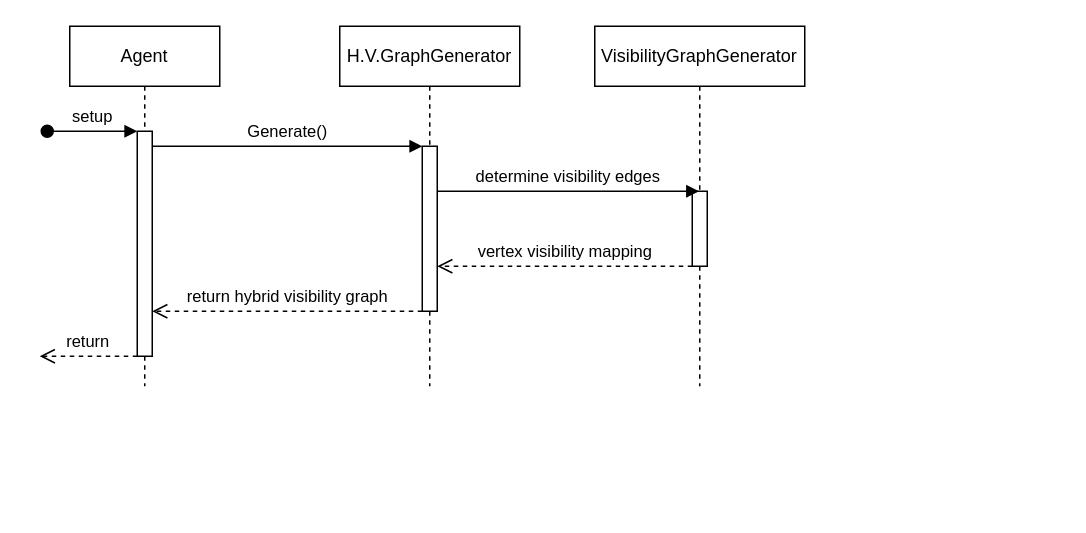
This is doc/components-sequence-generation.drawio from hauke96/master-thesis, a draw.io file, before an edit. Source tidied: cells renumbered, new cells numbered last; positions are measured from the earlier drawing's top-left corner, leaving out a move shared by most shapes. Both pictures are drawn from the tidied source at 150%, with x=0, y=0 at pixel (39, 26).
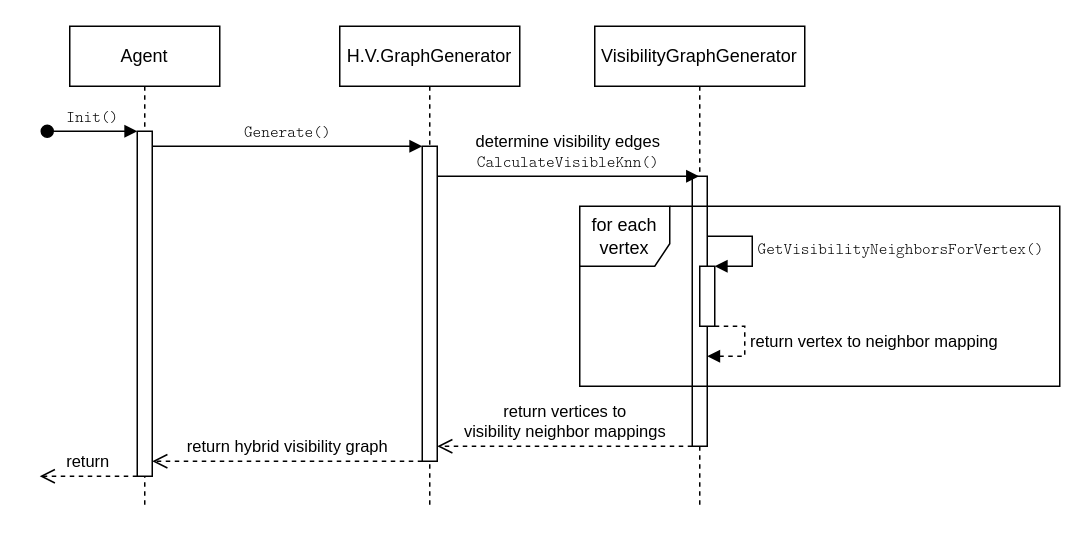
After the change.

Commit message (it also covers changes not shown here):
Update sequence diagrams

Diff of the diagram source:
```diff
@@
-    <mxCell id="2" value="Agent" style="shape=umlLifeline;perimeter=lifelinePerimeter;whiteSpace=wrap;html=1;newEdgeStyle={&quot;edgeStyle&quot;:&quot;elbowEdgeStyle&quot;,&quot;elbow&quot;:&quot;vertical&quot;,&quot;curved&quot;:0,&quot;rounded&quot;:0};fontFamily=Linux Libertine;" parent="1" vertex="1">
-      <mxGeometry x="20" width="100" height="240" as="geometry" />
+    <mxCell id="2" value="Agent" style="shape=umlLifeline;perimeter=lifelinePerimeter;whiteSpace=wrap;html=1;newEdgeStyle={&quot;edgeStyle&quot;:&quot;elbowEdgeStyle&quot;,&quot;elbow&quot;:&quot;vertical&quot;,&quot;curved&quot;:0,&quot;rounded&quot;:0};fontFamily=Linux Libertine;verticalAlign=middle;spacing=2;" parent="1" vertex="1">
+      <mxGeometry x="20" width="100" height="320" as="geometry" />
     </mxCell>
     <mxCell id="3" style="html=1;points=[];perimeter=orthogonalPerimeter;outlineConnect=0;targetShapes=umlLifeline;portConstraint=eastwest;newEdgeStyle={&quot;edgeStyle&quot;:&quot;elbowEdgeStyle&quot;,&quot;elbow&quot;:&quot;vertical&quot;,&quot;curved&quot;:0,&quot;rounded&quot;:0};fontFamily=Linux Libertine;" parent="2" vertex="1">
-      <mxGeometry x="45" y="70" width="10" height="150" as="geometry" />
+      <mxGeometry x="45" y="70" width="10" height="230" as="geometry" />
     </mxCell>
-    <mxCell id="4" value="setup" style="html=1;verticalAlign=bottom;startArrow=oval;endArrow=block;startSize=8;edgeStyle=elbowEdgeStyle;elbow=vertical;curved=0;rounded=0;fontFamily=Linux Libertine;spacing=3;" parent="2" edge="1" target="3">
+    <mxCell id="4" value="Init()" style="html=1;verticalAlign=bottom;startArrow=oval;endArrow=block;startSize=8;edgeStyle=elbowEdgeStyle;elbow=vertical;curved=0;rounded=0;fontFamily=Latin Modern Mono Light;spacing=3;" parent="2" edge="1" target="3">
       <mxGeometry relative="1" as="geometry">
         <mxPoint x="-15" y="70" as="sourcePoint" />
       </mxGeometry>
     </mxCell>
     <mxCell id="5" value="H.V.GraphGenerator" style="shape=umlLifeline;perimeter=lifelinePerimeter;whiteSpace=wrap;html=1;newEdgeStyle={&quot;edgeStyle&quot;:&quot;elbowEdgeStyle&quot;,&quot;elbow&quot;:&quot;vertical&quot;,&quot;curved&quot;:0,&quot;rounded&quot;:0};fontFamily=Linux Libertine;" parent="1" vertex="1">
-      <mxGeometry x="200" width="120" height="240" as="geometry" />
+      <mxGeometry x="200" width="120" height="320" as="geometry" />
     </mxCell>
     <mxCell id="6" style="html=1;points=[];perimeter=orthogonalPerimeter;outlineConnect=0;targetShapes=umlLifeline;portConstraint=eastwest;newEdgeStyle={&quot;edgeStyle&quot;:&quot;elbowEdgeStyle&quot;,&quot;elbow&quot;:&quot;vertical&quot;,&quot;curved&quot;:0,&quot;rounded&quot;:0};fontFamily=Linux Libertine;" parent="5" vertex="1">
-      <mxGeometry x="55" y="80" width="10" height="110" as="geometry" />
+      <mxGeometry x="55" y="80" width="10" height="210" as="geometry" />
     </mxCell>
-    <mxCell id="7" value="Generate()" style="html=1;verticalAlign=bottom;endArrow=block;edgeStyle=elbowEdgeStyle;elbow=vertical;curved=0;rounded=0;fontFamily=Linux Libertine;spacing=3;" parent="1" edge="1" source="3" target="6">
+    <mxCell id="7" value="Generate()" style="html=1;verticalAlign=bottom;endArrow=block;edgeStyle=elbowEdgeStyle;elbow=vertical;curved=0;rounded=0;fontFamily=Latin Modern Mono Light;spacing=3;" parent="1" edge="1" source="3" target="6">
       <mxGeometry relative="1" as="geometry">
         <Array as="points">
           <mxPoint x="160" y="80" />
         </Array>
       </mxGeometry>
     </mxCell>
     <mxCell id="8" value="return hybrid visibility graph" style="html=1;verticalAlign=bottom;endArrow=open;dashed=1;endSize=8;edgeStyle=elbowEdgeStyle;elbow=vertical;curved=0;rounded=0;fontFamily=Linux Libertine;spacing=3;" parent="1" edge="1" source="6" target="3">
       <mxGeometry relative="1" as="geometry">
         <Array as="points">
+          <mxPoint x="240" y="290" />
+          <mxPoint x="210" y="280" />
           <mxPoint x="190" y="190" />
           <mxPoint x="220" y="200" />
           <mxPoint x="170" y="240" />
         </Array>
       </mxGeometry>
     </mxCell>
     <mxCell id="9" value="&lt;div&gt;VisibilityGraphGenerator&lt;/div&gt;" style="shape=umlLifeline;perimeter=lifelinePerimeter;whiteSpace=wrap;html=1;outlineConnect=0;portConstraint=eastwest;newEdgeStyle={&quot;edgeStyle&quot;:&quot;elbowEdgeStyle&quot;,&quot;elbow&quot;:&quot;vertical&quot;,&quot;curved&quot;:0,&quot;rounded&quot;:0};fontFamily=Linux Libertine;" parent="1" vertex="1">
-      <mxGeometry x="370" width="140" height="240" as="geometry" />
+      <mxGeometry x="370" width="140" height="320" as="geometry" />
     </mxCell>
     <mxCell id="10" style="html=1;points=[];perimeter=orthogonalPerimeter;outlineConnect=0;targetShapes=umlLifeline;portConstraint=eastwest;newEdgeStyle={&quot;edgeStyle&quot;:&quot;elbowEdgeStyle&quot;,&quot;elbow&quot;:&quot;vertical&quot;,&quot;curved&quot;:0,&quot;rounded&quot;:0};fontFamily=Linux Libertine;" parent="9" vertex="1">
-      <mxGeometry x="65" y="110" width="10" height="50" as="geometry" />
+      <mxGeometry x="65" y="100" width="10" height="180" as="geometry" />
     </mxCell>
+    <mxCell id="14" style="html=1;points=[];perimeter=orthogonalPerimeter;outlineConnect=0;targetShapes=umlLifeline;portConstraint=eastwest;newEdgeStyle={&quot;edgeStyle&quot;:&quot;elbowEdgeStyle&quot;,&quot;elbow&quot;:&quot;vertical&quot;,&quot;curved&quot;:0,&quot;rounded&quot;:0};" parent="9" vertex="1">
+      <mxGeometry x="70" y="160" width="10" height="40" as="geometry" />
+    </mxCell>
+    <mxCell id="15" value="&lt;div&gt;&lt;font&gt;GetVisibilityNeighborsForVertex()&lt;br&gt;&lt;/font&gt;&lt;/div&gt;" style="html=1;align=left;spacingLeft=2;endArrow=block;rounded=0;edgeStyle=orthogonalEdgeStyle;curved=0;rounded=0;fontFamily=Latin Modern Mono Light;" parent="9" edge="1" source="10" target="14">
+      <mxGeometry relative="1" as="geometry">
+        <Array as="points">
+          <mxPoint x="105" y="140" />
+          <mxPoint x="105" y="160" />
+          <mxPoint x="75" y="160" />
+        </Array>
+      </mxGeometry>
+    </mxCell>
+    <mxCell id="16" value="return vertex to neighbor mapping" style="html=1;align=left;spacingLeft=2;endArrow=block;rounded=0;edgeStyle=orthogonalEdgeStyle;curved=0;rounded=0;fontFamily=Linux Libertine;dashed=1;" parent="9" edge="1" source="14" target="10">
+      <mxGeometry x="-0.08" relative="1" as="geometry">
+        <Array as="points">
+          <mxPoint x="100" y="200" />
+          <mxPoint x="100" y="220" />
+        </Array>
+      </mxGeometry>
+    </mxCell>
-    <mxCell id="11" value="determine visibility edges" style="html=1;verticalAlign=bottom;endArrow=block;edgeStyle=elbowEdgeStyle;elbow=vertical;curved=0;rounded=0;fontFamily=Linux Libertine;spacing=3;" parent="1" edge="1" source="6" target="9">
+    <mxCell id="11" value="&lt;div&gt;determine visibility edges&lt;/div&gt;&lt;div&gt;&lt;font face=&quot;Latin Modern Mono Light&quot;&gt;CalculateVisibleKnn()&lt;/font&gt;&lt;/div&gt;" style="html=1;verticalAlign=bottom;endArrow=block;edgeStyle=elbowEdgeStyle;elbow=vertical;curved=0;rounded=0;fontFamily=Linux Libertine;spacing=3;" parent="1" edge="1" source="6" target="9">
       <mxGeometry relative="1" as="geometry">
         <Array as="points">
+          <mxPoint x="300" y="100" />
           <mxPoint x="350" y="110" />
           <mxPoint x="430" y="90" />
           <mxPoint x="400" y="120" />
           <mxPoint x="310" y="210" />
         </Array>
       </mxGeometry>
     </mxCell>
-    <mxCell id="12" value="vertex visibility mapping" style="html=1;verticalAlign=bottom;endArrow=open;dashed=1;endSize=8;edgeStyle=elbowEdgeStyle;elbow=vertical;curved=0;rounded=0;fontFamily=Linux Libertine;spacing=3;" parent="1" edge="1" source="10" target="6">
+    <mxCell id="12" value="&lt;div&gt;return vertices to&lt;/div&gt;&lt;div&gt;visibility neighbor mappings&lt;/div&gt;" style="html=1;verticalAlign=bottom;endArrow=open;dashed=1;endSize=8;edgeStyle=elbowEdgeStyle;elbow=vertical;curved=0;rounded=0;fontFamily=Linux Libertine;spacing=3;" parent="1" edge="1" source="10" target="6">
       <mxGeometry relative="1" as="geometry">
         <Array as="points">
-          <mxPoint x="400" y="160" />
+          <mxPoint x="420" y="280" />
+          <mxPoint x="380" y="260" />
           <mxPoint x="400" y="180" />
           <mxPoint x="410" y="220" />
           <mxPoint x="420" y="180" />
         </Array>
       </mxGeometry>
     </mxCell>
     <mxCell id="13" value="return" style="html=1;verticalAlign=bottom;endArrow=open;dashed=1;endSize=8;edgeStyle=elbowEdgeStyle;elbow=vertical;curved=0;rounded=0;fontFamily=Linux Libertine;spacing=3;" parent="1" edge="1" source="3">
       <mxGeometry relative="1" as="geometry">
-        <mxPoint y="220" as="targetPoint" />
+        <mxPoint y="300" as="targetPoint" />
         <Array as="points">
+          <mxPoint x="40" y="300" />
           <mxPoint x="30" y="220" />
           <mxPoint x="105" y="280" />
           <mxPoint x="135" y="290" />
           <mxPoint x="85" y="330" />
         </Array>
       </mxGeometry>
     </mxCell>
+    <mxCell id="17" value="&lt;font face=&quot;Linux Libertine&quot;&gt;for each vertex&lt;br&gt;&lt;/font&gt;" style="shape=umlFrame;whiteSpace=wrap;html=1;width=60;height=40;" parent="1" vertex="1">
+      <mxGeometry x="360" y="120" width="320" height="120" as="geometry" />
+    </mxCell>
```
